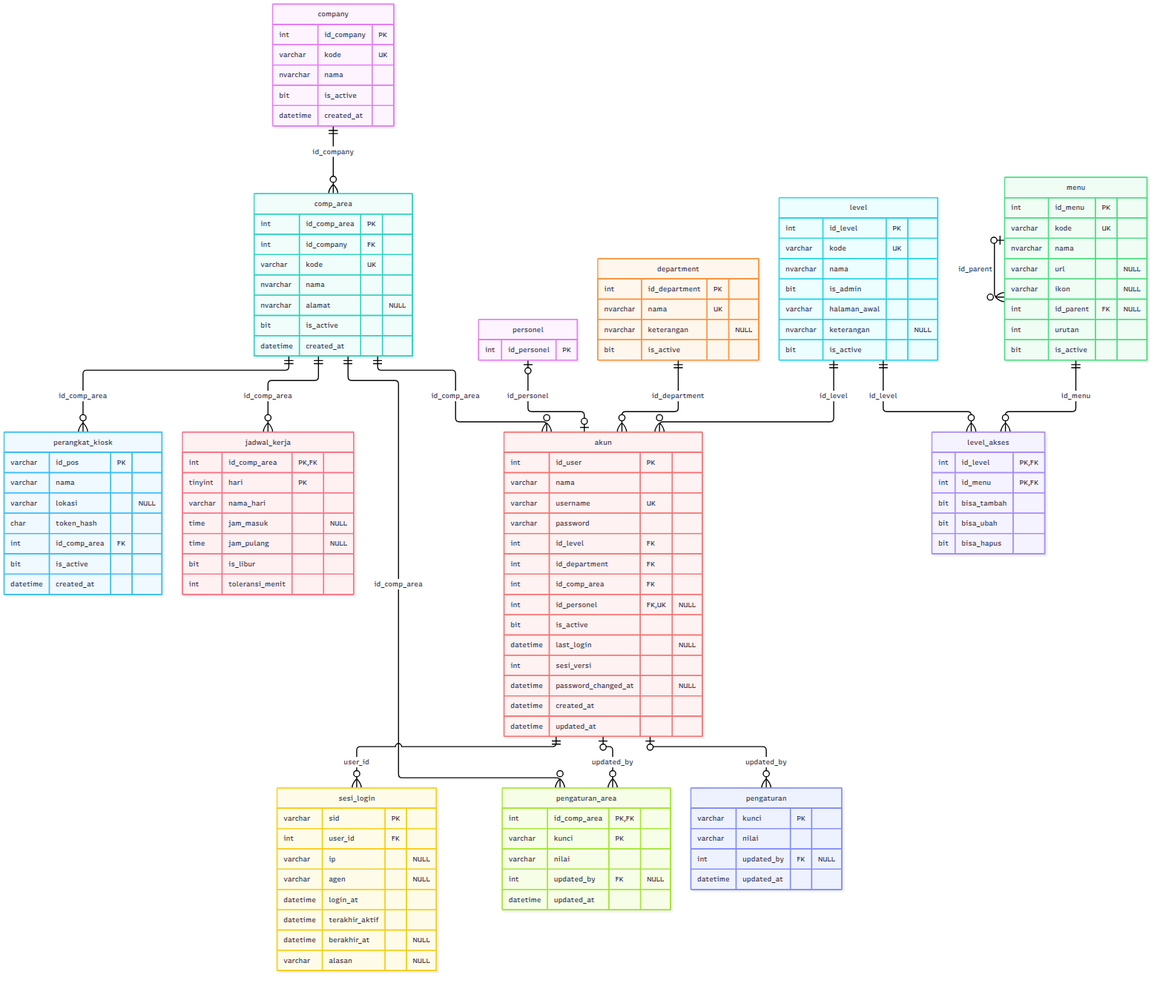
Above: docs/erd/01_organisasi_akses.png in aetheriin/timbangan_sawit_v2 (Mermaid), before the change. Its source is kept beside it as docs/erd/01_organisasi_akses.mmd. Source of this version:
```mermaid
erDiagram
    company {
        int id_company PK
        varchar kode UK
        nvarchar nama
        bit is_active
        datetime created_at
    }
    comp_area {
        int id_comp_area PK
        int id_company FK
        varchar kode UK
        nvarchar nama
        nvarchar alamat "NULL"
        bit is_active
        datetime created_at
    }
    department {
        int id_department PK
        nvarchar nama UK
        nvarchar keterangan "NULL"
        bit is_active
    }
    level {
        int id_level PK
        varchar kode UK
        nvarchar nama
        bit is_admin
        varchar halaman_awal
        nvarchar keterangan "NULL"
        bit is_active
    }
    menu {
        int id_menu PK
        varchar kode UK
        nvarchar nama
        varchar url "NULL"
        varchar ikon "NULL"
        int id_parent FK "NULL"
        int urutan
        bit is_active
    }
    level_akses {
        int id_level PK,FK
        int id_menu PK,FK
        bit bisa_tambah
        bit bisa_ubah
        bit bisa_hapus
    }
    akun {
        int id_user PK
        varchar nama
        varchar username UK
        varchar password
        int id_level FK
        int id_department FK
        int id_comp_area FK
        int id_personel FK,UK "NULL"
        bit is_active
        datetime last_login "NULL"
        int sesi_versi
        datetime password_changed_at "NULL"
        datetime created_at
        datetime updated_at
    }
    sesi_login {
        varchar sid PK
        int user_id FK
        varchar ip "NULL"
        varchar agen "NULL"
        datetime login_at
        datetime terakhir_aktif
        datetime berakhir_at "NULL"
        varchar alasan "NULL"
    }
    pengaturan {
        varchar kunci PK
        varchar nilai
        int updated_by FK "NULL"
        datetime updated_at
    }
    pengaturan_area {
        int id_comp_area PK,FK
        varchar kunci PK
        varchar nilai
        int updated_by FK "NULL"
        datetime updated_at
    }
    perangkat_kiosk {
        varchar id_pos PK
        varchar nama
        varchar lokasi "NULL"
        char token_hash
        int id_comp_area FK
        bit is_active
        datetime created_at
    }
    jadwal_kerja {
        int id_comp_area PK,FK
        tinyint hari PK
        varchar nama_hari
        time jam_masuk "NULL"
        time jam_pulang "NULL"
        bit is_libur
        int toleransi_menit
    }
    personel {
        int id_personel PK
    }
    comp_area ||--o{ akun : "id_comp_area"
    department ||--o{ akun : "id_department"
    level ||--o{ akun : "id_level"
    personel |o--o| akun : "id_personel"
    company ||--o{ comp_area : "id_company"
    comp_area ||--o{ jadwal_kerja : "id_comp_area"
    level ||--o{ level_akses : "id_level"
    menu ||--o{ level_akses : "id_menu"
    menu |o--o{ menu : "id_parent"
    akun |o--o{ pengaturan : "updated_by"
    comp_area ||--o{ pengaturan_area : "id_comp_area"
    akun |o--o{ pengaturan_area : "updated_by"
    comp_area ||--o{ perangkat_kiosk : "id_comp_area"
    akun ||--o{ sesi_login : "user_id"
```
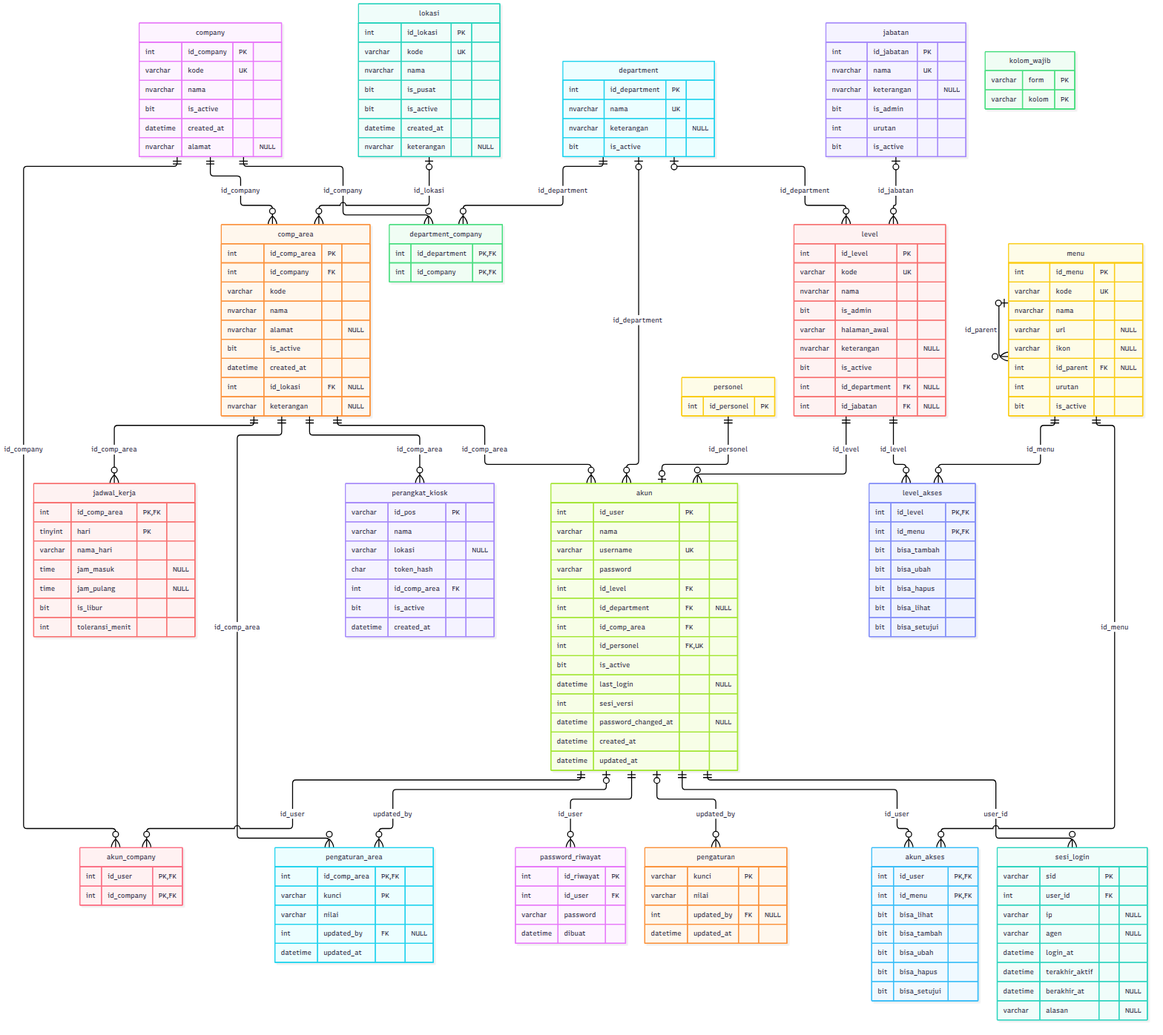
Later version of the same file.

Change to the diagram source:
```diff
@@ -5,20 +5,44 @@
         nvarchar nama
         bit is_active
         datetime created_at
+        nvarchar alamat "NULL"
+    }
+    lokasi {
+        int id_lokasi PK
+        varchar kode UK
+        nvarchar nama
+        bit is_pusat
+        bit is_active
+        datetime created_at
+        nvarchar keterangan "NULL"
     }
     comp_area {
         int id_comp_area PK
         int id_company FK
-        varchar kode UK
+        varchar kode
         nvarchar nama
         nvarchar alamat "NULL"
         bit is_active
         datetime created_at
+        int id_lokasi FK "NULL"
+        nvarchar keterangan "NULL"
     }
     department {
         int id_department PK
         nvarchar nama UK
         nvarchar keterangan "NULL"
+        bit is_active
+    }
+    department_company {
+        int id_department PK,FK
+        int id_company PK,FK
+    }
+    jabatan {
+        int id_jabatan PK
+        nvarchar nama UK
+        nvarchar keterangan "NULL"
+        bit is_admin
+        int urutan
         bit is_active
     }
     level {
@@ -29,6 +53,8 @@
         varchar halaman_awal
         nvarchar keterangan "NULL"
         bit is_active
+        int id_department FK "NULL"
+        int id_jabatan FK "NULL"
     }
     menu {
         int id_menu PK
@@ -46,6 +72,8 @@
         bit bisa_tambah
         bit bisa_ubah
         bit bisa_hapus
+        bit bisa_lihat
+        bit bisa_setujui
     }
     akun {
         int id_user PK
@@ -53,15 +81,34 @@
         varchar username UK
         varchar password
         int id_level FK
-        int id_department FK
+        int id_department FK "NULL"
         int id_comp_area FK
-        int id_personel FK,UK "NULL"
+        int id_personel FK,UK
         bit is_active
         datetime last_login "NULL"
         int sesi_versi
         datetime password_changed_at "NULL"
         datetime created_at
         datetime updated_at
+    }
+    akun_akses {
+        int id_user PK,FK
+        int id_menu PK,FK
+        bit bisa_lihat
+        bit bisa_tambah
+        bit bisa_ubah
+        bit bisa_hapus
+        bit bisa_setujui
+    }
+    akun_company {
+        int id_user PK,FK
+        int id_company PK,FK
+    }
+    password_riwayat {
+        int id_riwayat PK
+        int id_user FK
+        varchar password
+        datetime dibuat
     }
     sesi_login {
         varchar sid PK
@@ -86,6 +133,10 @@
         int updated_by FK "NULL"
         datetime updated_at
     }
+    kolom_wajib {
+        varchar form PK
+        varchar kolom PK
+    }
     perangkat_kiosk {
         varchar id_pos PK
         varchar nama
@@ -108,14 +159,24 @@
         int id_personel PK
     }
     comp_area ||--o{ akun : "id_comp_area"
-    department ||--o{ akun : "id_department"
+    department |o--o{ akun : "id_department"
     level ||--o{ akun : "id_level"
-    personel |o--o| akun : "id_personel"
+    personel ||--o| akun : "id_personel"
+    menu ||--o{ akun_akses : "id_menu"
+    akun ||--o{ akun_akses : "id_user"
+    company ||--o{ akun_company : "id_company"
+    akun ||--o{ akun_company : "id_user"
     company ||--o{ comp_area : "id_company"
+    lokasi |o--o{ comp_area : "id_lokasi"
+    company ||--o{ department_company : "id_company"
+    department ||--o{ department_company : "id_department"
     comp_area ||--o{ jadwal_kerja : "id_comp_area"
+    department |o--o{ level : "id_department"
+    jabatan |o--o{ level : "id_jabatan"
     level ||--o{ level_akses : "id_level"
     menu ||--o{ level_akses : "id_menu"
     menu |o--o{ menu : "id_parent"
+    akun ||--o{ password_riwayat : "id_user"
     akun |o--o{ pengaturan : "updated_by"
     comp_area ||--o{ pengaturan_area : "id_comp_area"
     akun |o--o{ pengaturan_area : "updated_by"
```
